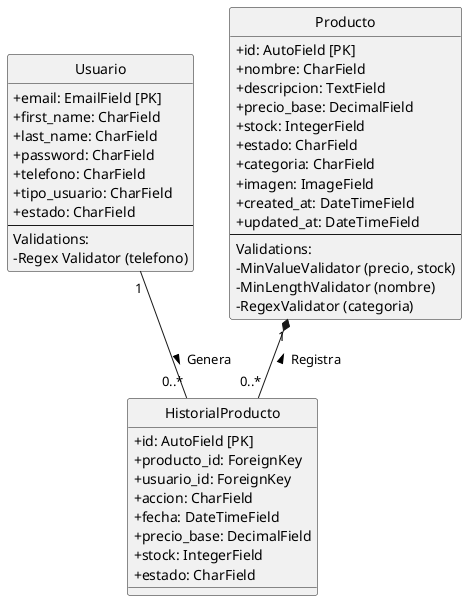
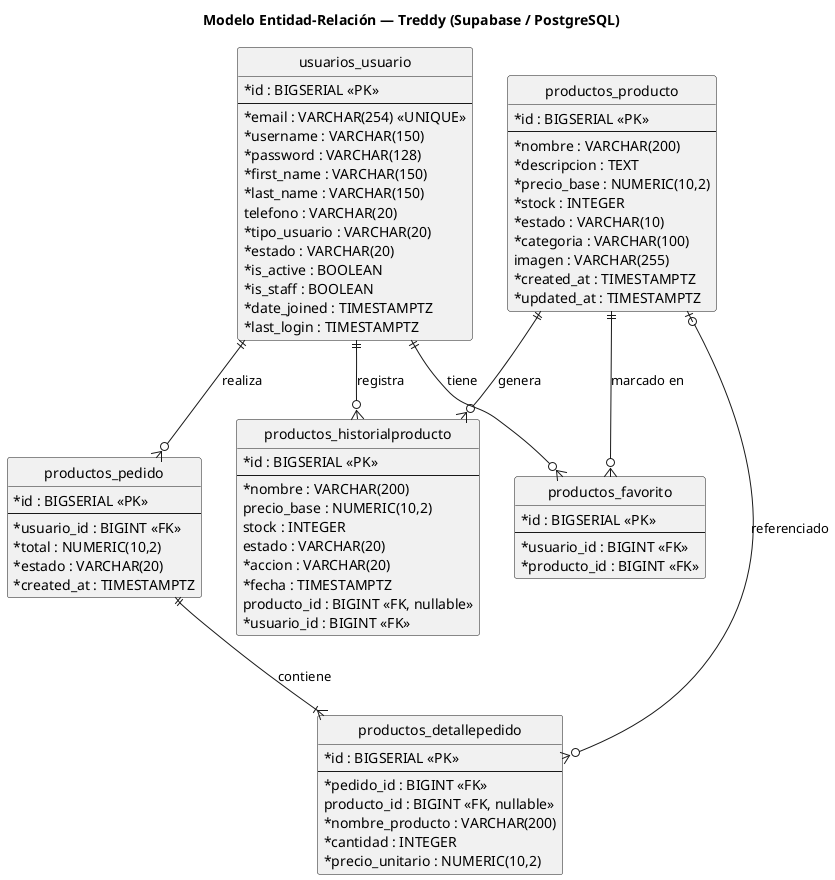
@startuml modelo_de_datos
hide circle
skinparam classAttributeIconSize 0
+ title Modelo Entidad-Relación — Treddy (Supabase / PostgreSQL)

- class Usuario {
-     + email: EmailField [PK]
-     + first_name: CharField
-     + last_name: CharField
-     + password: CharField
-     + telefono: CharField
-     + tipo_usuario: CharField
-     + estado: CharField
+ entity "usuarios_usuario" as usuario {
+     * id : BIGSERIAL <<PK>>
    --
-     Validations:
-     - Regex Validator (telefono)
+     * email : VARCHAR(254) <<UNIQUE>>
+     * username : VARCHAR(150)
+     * password : VARCHAR(128)
+     * first_name : VARCHAR(150)
+     * last_name : VARCHAR(150)
+       telefono : VARCHAR(20)
+     * tipo_usuario : VARCHAR(20)
+     * estado : VARCHAR(20)
+     * is_active : BOOLEAN
+     * is_staff : BOOLEAN
+     * date_joined : TIMESTAMPTZ
+     * last_login : TIMESTAMPTZ
}

- class Producto {
-     + id: AutoField [PK]
-     + nombre: CharField
-     + descripcion: TextField
-     + precio_base: DecimalField
-     + stock: IntegerField
-     + estado: CharField
-     + categoria: CharField
-     + imagen: ImageField
-     + created_at: DateTimeField
-     + updated_at: DateTimeField
+ entity "productos_producto" as producto {
+     * id : BIGSERIAL <<PK>>
    --
-     Validations:
-     - MinValueValidator (precio, stock)
-     - MinLengthValidator (nombre)
-     - RegexValidator (categoria)
+     * nombre : VARCHAR(200)
+     * descripcion : TEXT
+     * precio_base : NUMERIC(10,2)
+     * stock : INTEGER
+     * estado : VARCHAR(10)
+     * categoria : VARCHAR(100)
+       imagen : VARCHAR(255)
+     * created_at : TIMESTAMPTZ
+     * updated_at : TIMESTAMPTZ
}

- class HistorialProducto {
-     + id: AutoField [PK]
-     + producto_id: ForeignKey
-     + usuario_id: ForeignKey
-     + accion: CharField
-     + fecha: DateTimeField
-     + precio_base: DecimalField
-     + stock: IntegerField
-     + estado: CharField
+ entity "productos_historialproducto" as historial {
+     * id : BIGSERIAL <<PK>>
+     --
+     * nombre : VARCHAR(200)
+       precio_base : NUMERIC(10,2)
+       stock : INTEGER
+       estado : VARCHAR(20)
+     * accion : VARCHAR(20)
+     * fecha : TIMESTAMPTZ
+       producto_id : BIGINT <<FK, nullable>>
+     * usuario_id : BIGINT <<FK>>
}

- Usuario "1" -- "0..*" HistorialProducto : Genera >
- Producto "1" *-- "0..*" HistorialProducto : Registra <
+ entity "productos_favorito" as favorito {
+     * id : BIGSERIAL <<PK>>
+     --
+     * usuario_id : BIGINT <<FK>>
+     * producto_id : BIGINT <<FK>>
+ }
+ 
+ entity "productos_pedido" as pedido {
+     * id : BIGSERIAL <<PK>>
+     --
+     * usuario_id : BIGINT <<FK>>
+     * total : NUMERIC(10,2)
+     * estado : VARCHAR(20)
+     * created_at : TIMESTAMPTZ
+ }
+ 
+ entity "productos_detallepedido" as detalle {
+     * id : BIGSERIAL <<PK>>
+     --
+     * pedido_id : BIGINT <<FK>>
+       producto_id : BIGINT <<FK, nullable>>
+     * nombre_producto : VARCHAR(200)
+     * cantidad : INTEGER
+     * precio_unitario : NUMERIC(10,2)
+ }
+ 
+ ' ── Relaciones ──────────────────────────────────────────────
+ usuario ||--o{ historial : "registra"
+ producto ||--o{ historial : "genera"
+ 
+ usuario ||--o{ favorito : "tiene"
+ producto ||--o{ favorito : "marcado en"
+ 
+ usuario ||--o{ pedido : "realiza"
+ pedido ||--|{ detalle : "contiene"
+ producto |o--o{ detalle : "referenciado"
+ 
@enduml
